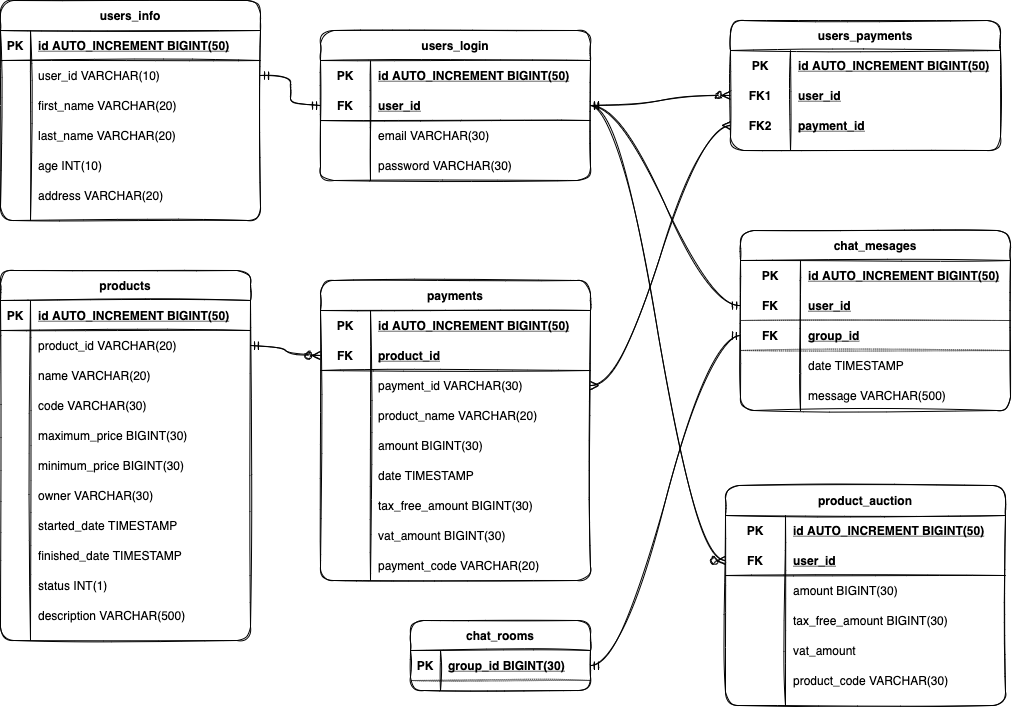
The draw.io diagram sago_database_schema.png in AnneMayor/TestRepository, before a commit. Source tidied: cells renumbered, new cells last; positions are measured from the earlier drawing's top-left corner, leaving out a move shared by most shapes.
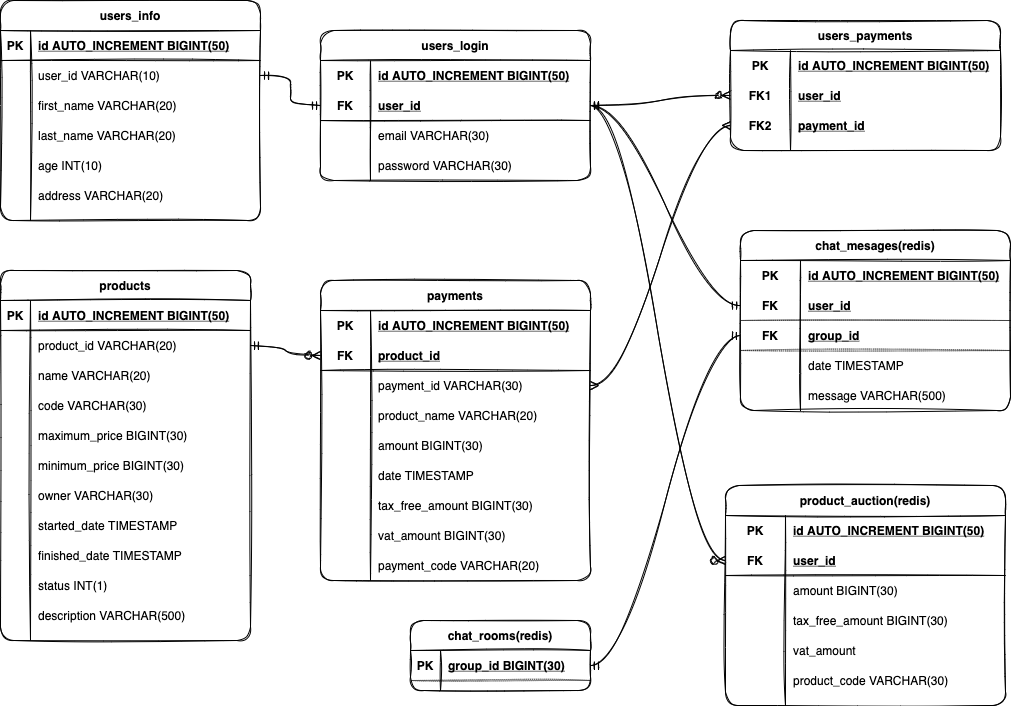
The same diagram one commit later.

Diff of the diagram source:
```diff
@@ -326,7 +326,7 @@
     <mxCell id="109" style="edgeStyle=entityRelationEdgeStyle;fontSize=12;html=1;endArrow=ERzeroToMany;startArrow=ERmandOne;entryX=0;entryY=0.5;entryDx=0;entryDy=0;sketch=1;curved=1;" parent="1" edge="1" source="100" target="89">
       <mxGeometry relative="1" as="geometry" />
     </mxCell>
-    <mxCell id="110" value="chat_mesages" style="shape=table;startSize=30;rowLines=0;fontStyle=1;align=center;shadow=0;glass=0;rounded=1;sketch=1;" parent="1" vertex="1">
+    <mxCell id="110" value="chat_mesages(redis)" style="shape=table;startSize=30;rowLines=0;fontStyle=1;align=center;shadow=0;glass=0;rounded=1;sketch=1;" parent="1" vertex="1">
       <mxGeometry x="740" y="230" width="270" height="180" as="geometry" />
     </mxCell>
     <mxCell id="111" style="shape=partialRectangle;fillColor=none;top=0;left=0;bottom=0;right=0;shadow=0;glass=0;dashed=1;dashPattern=1 1;rounded=1;sketch=1;" parent="110" vertex="1">
@@ -377,7 +377,7 @@
     <mxCell id="126" style="edgeStyle=entityRelationEdgeStyle;fontSize=12;html=1;endArrow=ERmany;startArrow=ERmany;sketch=1;curved=1;" parent="1" edge="1" source="64" target="92">
       <mxGeometry relative="1" as="geometry" />
     </mxCell>
-    <mxCell id="127" value="chat_rooms" style="shape=table;startSize=30;rowLines=0;fontStyle=1;align=center;shadow=0;glass=0;rounded=1;sketch=1;" parent="1" vertex="1">
+    <mxCell id="127" value="chat_rooms(redis)" style="shape=table;startSize=30;rowLines=0;fontStyle=1;align=center;shadow=0;glass=0;rounded=1;sketch=1;" parent="1" vertex="1">
       <mxGeometry x="410" y="620" width="180" height="70" as="geometry" />
     </mxCell>
     <mxCell id="128" style="shape=partialRectangle;fillColor=none;top=0;left=0;bottom=1;right=0;points=[[0,0.5],[1,0.5]];portConstraint=eastwest;shadow=0;glass=0;dashed=1;dashPattern=1 1;rounded=1;sketch=1;" parent="127" vertex="1">
@@ -389,7 +389,7 @@
     <mxCell id="130" value="group_id BIGINT(30)" style="shape=partialRectangle;fillColor=none;top=0;left=0;bottom=0;right=0;align=left;spacingLeft=6;fontStyle=5;overflow=hidden;shadow=0;glass=0;dashed=1;dashPattern=1 1;rounded=1;sketch=1;" parent="128" vertex="1">
       <mxGeometry x="30" width="150" height="30" as="geometry" />
     </mxCell>
-    <mxCell id="131" value="product_auction" style="shape=table;startSize=30;rowLines=0;fontStyle=1;align=center;rounded=1;sketch=1;" parent="1" vertex="1">
+    <mxCell id="131" value="product_auction(redis)" style="shape=table;startSize=30;rowLines=0;fontStyle=1;align=center;rounded=1;sketch=1;" parent="1" vertex="1">
       <mxGeometry x="725" y="485" width="280" height="220" as="geometry" />
     </mxCell>
     <mxCell id="132" style="shape=partialRectangle;fillColor=none;top=0;left=0;bottom=0;right=0;rounded=1;sketch=1;" parent="131" vertex="1">
```
